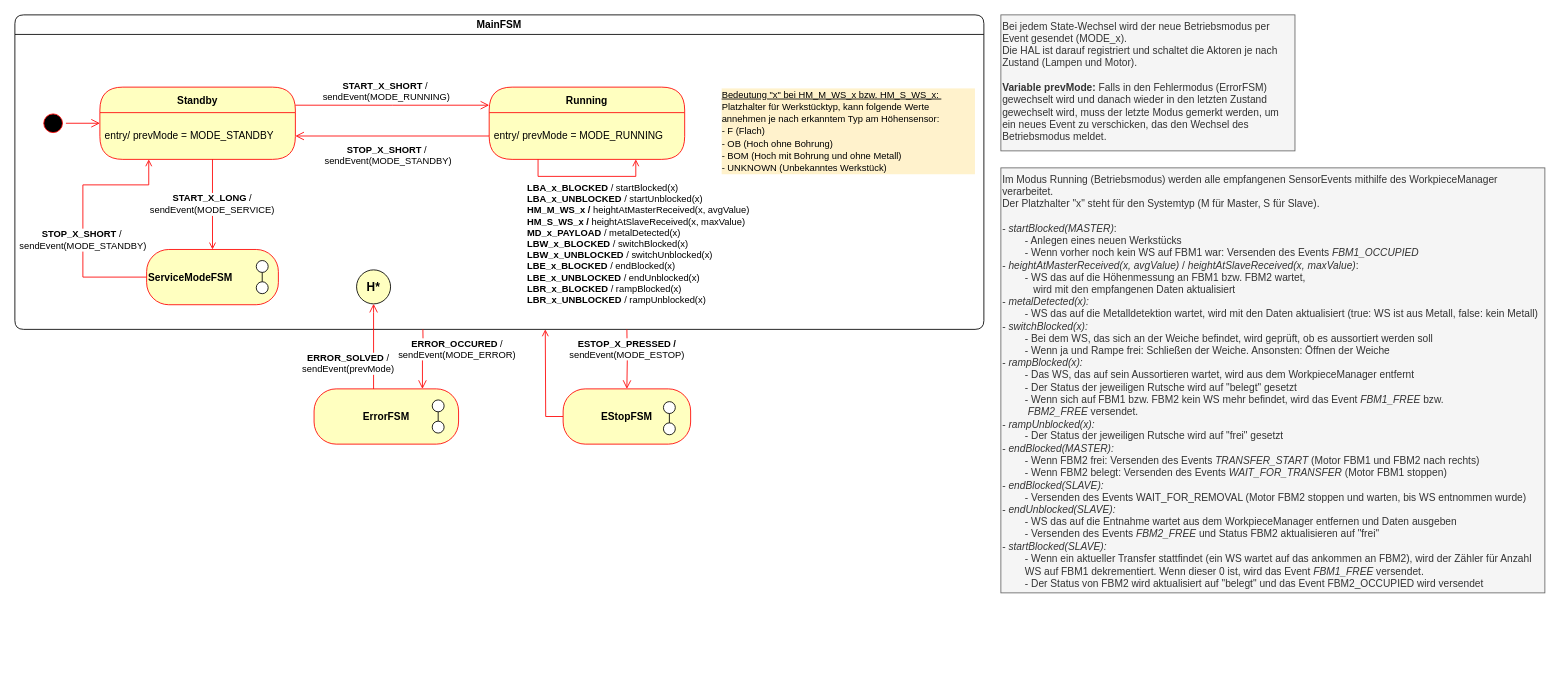
Above: page "main" (1 of 6) of docs/diagrams/fsm/state_machines.drawio in u2knwy/ESEP-2023SoSe-Team-2-1 (draw.io), before the change. Source tidied: cells renumbered, new cells numbered last; positions are measured from the earlier drawing's top-left corner, leaving out a move shared by most shapes. Both pictures are drawn from the tidied source at 85%, with x=0, y=0 at pixel (14, 14).
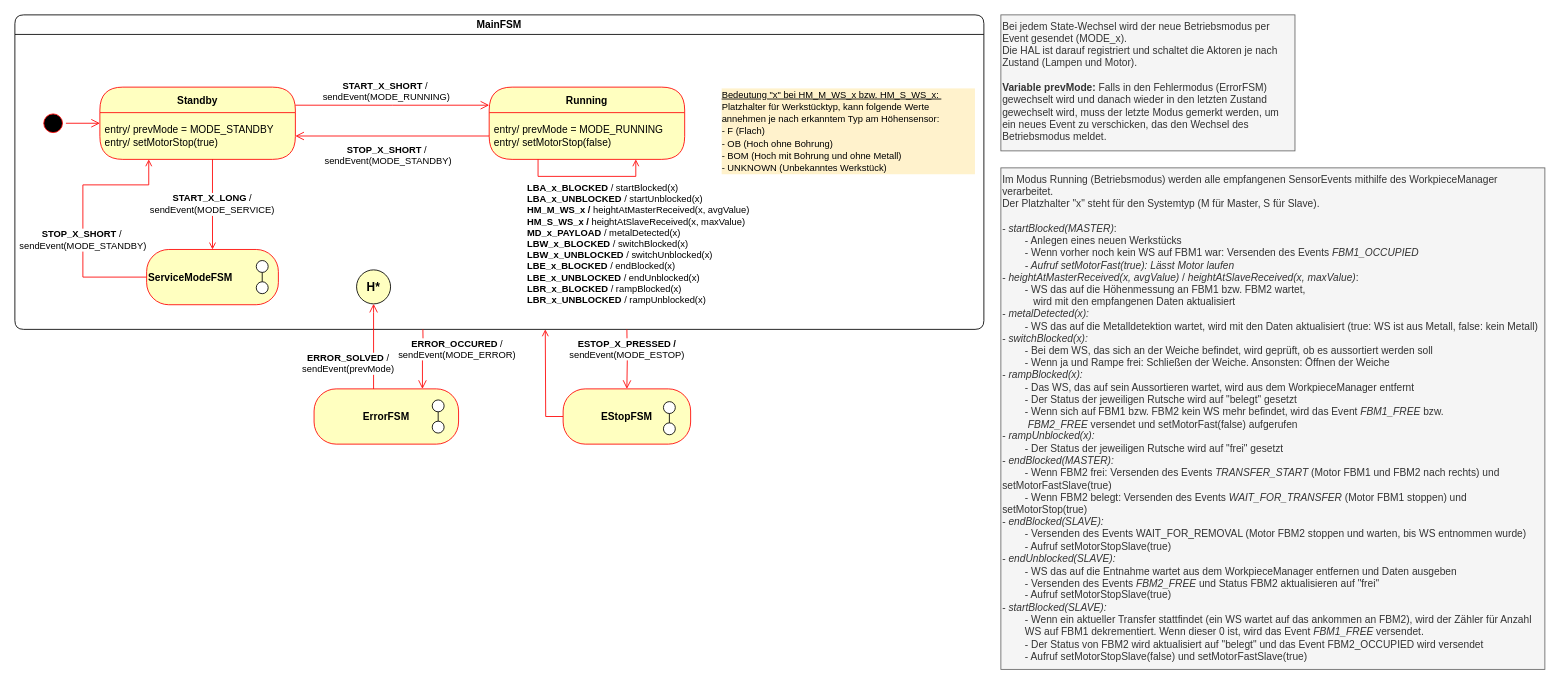
The same page after the edit.

Commit message (it also covers changes not shown here):
Update motor control logic

Unchanged cells that the change refers to:
```xml
<mxCell id="7" value="Running" style="swimlane;fontStyle=1;align=center;verticalAlign=middle;horizontal=1;startSize=30;fontColor=#000000;rounded=1;arcSize=30;strokeColor=#ff0000;fillColor=#ffffc0;swimlaneFillColor=#ffffc0;" parent="2" vertex="1">
  <mxGeometry x="558" y="85" width="230" height="85" as="geometry" />
</mxCell>
<mxCell id="10" value="Standby" style="swimlane;fontStyle=1;align=center;verticalAlign=middle;horizontal=1;startSize=30;fontColor=#000000;rounded=1;arcSize=30;strokeColor=#ff0000;fillColor=#ffffc0;swimlaneFillColor=#ffffc0;" parent="2" vertex="1">
  <mxGeometry x="100" y="85" width="230" height="85" as="geometry" />
</mxCell>
```

Diff of the diagram source:
```diff
@@
-    <mxCell id="8" value="entry/ prevMode = MODE_RUNNING" style="text;html=1;strokeColor=none;fillColor=none;align=left;verticalAlign=middle;spacingLeft=4;spacingRight=4;whiteSpace=wrap;overflow=hidden;fontColor=#000000;" parent="7" vertex="1">
+    <mxCell id="8" value="entry/ prevMode = MODE_RUNNING&lt;br&gt;entry/ setMotorStop(false)" style="text;html=1;strokeColor=none;fillColor=none;align=left;verticalAlign=middle;spacingLeft=4;spacingRight=4;whiteSpace=wrap;overflow=hidden;fontColor=#000000;" parent="7" vertex="1">
       <mxGeometry y="30" width="230" height="55" as="geometry" />
     </mxCell>
@@
-    <mxCell id="11" value="entry/ prevMode = MODE_STANDBY" style="text;html=1;strokeColor=none;fillColor=none;align=left;verticalAlign=middle;spacingLeft=4;spacingRight=4;whiteSpace=wrap;overflow=hidden;fontColor=#000000;" parent="10" vertex="1">
+    <mxCell id="11" value="entry/ prevMode = MODE_STANDBY&lt;br&gt;entry/ setMotorStop(true)" style="text;html=1;strokeColor=none;fillColor=none;align=left;verticalAlign=middle;spacingLeft=4;spacingRight=4;whiteSpace=wrap;overflow=hidden;fontColor=#000000;" parent="10" vertex="1">
       <mxGeometry y="30" width="230" height="55" as="geometry" />
     </mxCell>
@@
-    <mxCell id="37" value="Im Modus Running (Betriebsmodus) werden alle empfangenen SensorEvents mithilfe des WorkpieceManager verarbeitet.&lt;br&gt;Der Platzhalter &quot;x&quot; steht für den Systemtyp (M für Master, S für Slave).&lt;br&gt;&lt;br&gt;- &lt;i&gt;startBlocked(MASTER)&lt;/i&gt;: &lt;br&gt;&lt;span style=&quot;white-space: pre;&quot;&gt;&#9;&lt;/span&gt;- Anlegen eines neuen Werkstücks&lt;br&gt;&lt;span style=&quot;white-space: pre;&quot;&gt;&#9;&lt;/span&gt;- Wenn vorher noch kein WS auf FBM1 war: Versenden des Events &lt;i&gt;FBM1_OCCUPIED&lt;/i&gt;&lt;br&gt;- &lt;i&gt;heightAtMasterReceived(x, avgValue)&lt;/i&gt; / &lt;i&gt;heightAtSlaveReceived(x, maxValue)&lt;/i&gt;:&lt;br&gt;&lt;span style=&quot;white-space: pre;&quot;&gt;&#9;&lt;/span&gt;- WS das auf die Höhenmessung an FBM1 bzw. FBM2 wartet, &lt;br&gt;&lt;span style=&quot;white-space: pre;&quot;&gt;&#9;&lt;/span&gt;&amp;nbsp; &amp;nbsp;wird mit den empfangenen Daten aktualisiert&lt;br&gt;- &lt;i&gt;metalDetected(x):&lt;/i&gt;&lt;br&gt;&lt;span style=&quot;white-space: pre;&quot;&gt;&#9;&lt;/span&gt;- WS das auf die Metalldetektion wartet, wird mit den Daten aktualisiert (true: WS ist aus Metall, false: kein Metall)&lt;br&gt;- &lt;i&gt;switchBlocked(x):&lt;/i&gt;&lt;br&gt;&lt;span style=&quot;white-space: pre;&quot;&gt;&#9;&lt;/span&gt;- Bei dem WS, das sich an der Weiche befindet, wird geprüft, ob es aussortiert werden soll&lt;br&gt;&lt;span style=&quot;white-space: pre;&quot;&gt;&#9;&lt;/span&gt;- Wenn ja und Rampe frei: Schließen der Weiche. Ansonsten: Öffnen der Weiche&lt;br&gt;- &lt;i&gt;rampBlocked(x):&lt;/i&gt;&lt;br&gt;&lt;span style=&quot;white-space: pre;&quot;&gt;&#9;&lt;/span&gt;- Das WS, das auf sein Aussortieren wartet, wird aus dem WorkpieceManager entfernt&lt;br&gt;&lt;span style=&quot;white-space: pre;&quot;&gt;&#9;&lt;/span&gt;- Der Status der jeweiligen Rutsche wird auf &quot;belegt&quot; gesetzt&lt;br&gt;&lt;span style=&quot;white-space: pre;&quot;&gt;&#9;&lt;/span&gt;- Wenn sich auf FBM1 bzw. FBM2 kein WS mehr befindet, wird das Event &lt;i&gt;FBM1_FREE &lt;/i&gt;bzw. &lt;span style=&quot;white-space: pre;&quot;&gt;&#9;&lt;/span&gt;&amp;nbsp;&lt;i&gt;FBM2_FREE&amp;nbsp;&lt;/i&gt;versendet.&lt;br&gt;- &lt;i&gt;rampUnblocked(x):&lt;/i&gt;&lt;br&gt;&lt;span style=&quot;white-space: pre;&quot;&gt;&#9;&lt;/span&gt;- Der Status der jeweiligen Rutsche wird auf &quot;frei&quot; gesetzt&lt;br&gt;- &lt;i&gt;endBlocked(MASTER):&lt;/i&gt;&lt;br&gt;&lt;span style=&quot;white-space: pre;&quot;&gt;&#9;&lt;/span&gt;- Wenn FBM2 frei: Versenden des Events &lt;i&gt;TRANSFER_START &lt;/i&gt;(Motor FBM1 und FBM2 nach rechts)&lt;br&gt;&lt;span style=&quot;white-space: pre;&quot;&gt;&#9;&lt;/span&gt;- Wenn FBM2 belegt: Versenden des Events &lt;i&gt;WAIT_FOR_TRANSFER &lt;/i&gt;(Motor FBM1 stoppen)&lt;br&gt;- &lt;i&gt;endBlocked(SLAVE):&lt;/i&gt;&lt;br&gt;&lt;span style=&quot;white-space: pre;&quot;&gt;&#9;&lt;/span&gt;- Versenden des Events WAIT_FOR_REMOVAL (Motor FBM2 stoppen und warten, bis WS entnommen wurde)&lt;br&gt;- &lt;i&gt;endUnblocked(SLAVE):&lt;/i&gt;&lt;br&gt;&lt;span style=&quot;white-space: pre;&quot;&gt;&#9;&lt;/span&gt;- WS das auf die Entnahme wartet aus dem WorkpieceManager entfernen und Daten ausgeben&lt;br&gt;&lt;span style=&quot;white-space: pre;&quot;&gt;&#9;&lt;/span&gt;- Versenden des Events &lt;i&gt;FBM2_FREE&lt;/i&gt; und Status FBM2 aktualisieren auf &quot;frei&quot;&lt;br&gt;- &lt;i&gt;startBlocked(SLAVE):&lt;/i&gt;&lt;br&gt;&lt;span style=&quot;white-space: pre;&quot;&gt;&#9;&lt;/span&gt;- Wenn ein aktueller Transfer stattfindet (ein WS wartet auf das ankommen an FBM2), wird der Zähler für Anzahl &lt;span style=&quot;white-space: pre;&quot;&gt;&#9;&lt;/span&gt;WS auf FBM1 dekrementiert. Wenn dieser 0 ist, wird das Event &lt;i&gt;FBM1_FREE&lt;/i&gt; versendet.&lt;br&gt;&lt;span style=&quot;white-space: pre;&quot;&gt;&#9;&lt;/span&gt;- Der Status von FBM2 wird aktualisiert auf &quot;belegt&quot; und das Event FBM2_OCCUPIED wird versendet" style="text;html=1;strokeColor=#666666;fillColor=#f5f5f5;align=left;verticalAlign=top;whiteSpace=wrap;rounded=0;fontColor=#333333;" parent="1" vertex="1">
-      <mxGeometry x="1160" y="180" width="640" height="500" as="geometry" />
+    <mxCell id="37" value="Im Modus Running (Betriebsmodus) werden alle empfangenen SensorEvents mithilfe des WorkpieceManager verarbeitet.&lt;br&gt;Der Platzhalter &quot;x&quot; steht für den Systemtyp (M für Master, S für Slave).&lt;br&gt;&lt;br&gt;- &lt;i&gt;startBlocked(MASTER)&lt;/i&gt;: &lt;br&gt;&lt;span style=&quot;white-space: pre;&quot;&gt;&#9;&lt;/span&gt;- Anlegen eines neuen Werkstücks&lt;br&gt;&lt;span style=&quot;white-space: pre;&quot;&gt;&#9;&lt;/span&gt;- Wenn vorher noch kein WS auf FBM1 war: Versenden des Events &lt;i&gt;FBM1_OCCUPIED&lt;br&gt;&lt;span style=&quot;white-space: pre;&quot;&gt;&#9;&lt;/span&gt;- Aufruf setMotorFast(true): Lässt Motor laufen&lt;br&gt;&lt;/i&gt;- &lt;i&gt;heightAtMasterReceived(x, avgValue)&lt;/i&gt; / &lt;i&gt;heightAtSlaveReceived(x, maxValue)&lt;/i&gt;:&lt;br&gt;&lt;span style=&quot;white-space: pre;&quot;&gt;&#9;&lt;/span&gt;- WS das auf die Höhenmessung an FBM1 bzw. FBM2 wartet, &lt;br&gt;&lt;span style=&quot;white-space: pre;&quot;&gt;&#9;&lt;/span&gt;&amp;nbsp; &amp;nbsp;wird mit den empfangenen Daten aktualisiert&lt;br&gt;- &lt;i&gt;metalDetected(x):&lt;/i&gt;&lt;br&gt;&lt;span style=&quot;white-space: pre;&quot;&gt;&#9;&lt;/span&gt;- WS das auf die Metalldetektion wartet, wird mit den Daten aktualisiert (true: WS ist aus Metall, false: kein Metall)&lt;br&gt;- &lt;i&gt;switchBlocked(x):&lt;/i&gt;&lt;br&gt;&lt;span style=&quot;white-space: pre;&quot;&gt;&#9;&lt;/span&gt;- Bei dem WS, das sich an der Weiche befindet, wird geprüft, ob es aussortiert werden soll&lt;br&gt;&lt;span style=&quot;white-space: pre;&quot;&gt;&#9;&lt;/span&gt;- Wenn ja und Rampe frei: Schließen der Weiche. Ansonsten: Öffnen der Weiche&lt;br&gt;- &lt;i&gt;rampBlocked(x):&lt;/i&gt;&lt;br&gt;&lt;span style=&quot;white-space: pre;&quot;&gt;&#9;&lt;/span&gt;- Das WS, das auf sein Aussortieren wartet, wird aus dem WorkpieceManager entfernt&lt;br&gt;&lt;span style=&quot;white-space: pre;&quot;&gt;&#9;&lt;/span&gt;- Der Status der jeweiligen Rutsche wird auf &quot;belegt&quot; gesetzt&lt;br&gt;&lt;span style=&quot;white-space: pre;&quot;&gt;&#9;&lt;/span&gt;- Wenn sich auf FBM1 bzw. FBM2 kein WS mehr befindet, wird das Event &lt;i&gt;FBM1_FREE &lt;/i&gt;bzw. &lt;span style=&quot;white-space: pre;&quot;&gt;&#9;&lt;/span&gt;&amp;nbsp;&lt;i&gt;FBM2_FREE&amp;nbsp;&lt;/i&gt;versendet und setMotorFast(false) aufgerufen&lt;br&gt;- &lt;i&gt;rampUnblocked(x):&lt;/i&gt;&lt;br&gt;&lt;span style=&quot;white-space: pre;&quot;&gt;&#9;&lt;/span&gt;- Der Status der jeweiligen Rutsche wird auf &quot;frei&quot; gesetzt&lt;br&gt;- &lt;i&gt;endBlocked(MASTER):&lt;/i&gt;&lt;br&gt;&lt;span style=&quot;white-space: pre;&quot;&gt;&#9;&lt;/span&gt;- Wenn FBM2 frei: Versenden des Events &lt;i&gt;TRANSFER_START &lt;/i&gt;(Motor FBM1 und FBM2 nach rechts) und setMotorFastSlave(true)&lt;br&gt;&lt;span style=&quot;white-space: pre;&quot;&gt;&#9;&lt;/span&gt;- Wenn FBM2 belegt: Versenden des Events &lt;i&gt;WAIT_FOR_TRANSFER &lt;/i&gt;(Motor FBM1 stoppen) und setMotorStop(true)&lt;br&gt;- &lt;i&gt;endBlocked(SLAVE):&lt;/i&gt;&lt;br&gt;&lt;span style=&quot;white-space: pre;&quot;&gt;&#9;&lt;/span&gt;- Versenden des Events WAIT_FOR_REMOVAL (Motor FBM2 stoppen und warten, bis WS entnommen wurde)&lt;br&gt;&lt;span style=&quot;white-space: pre;&quot;&gt;&#9;&lt;/span&gt;- Aufruf setMotorStopSlave(true)&lt;br&gt;- &lt;i&gt;endUnblocked(SLAVE):&lt;/i&gt;&lt;br&gt;&lt;span style=&quot;white-space: pre;&quot;&gt;&#9;&lt;/span&gt;- WS das auf die Entnahme wartet aus dem WorkpieceManager entfernen und Daten ausgeben&lt;br&gt;&lt;span style=&quot;white-space: pre;&quot;&gt;&#9;&lt;/span&gt;- Versenden des Events &lt;i&gt;FBM2_FREE&lt;/i&gt; und Status FBM2 aktualisieren auf &quot;frei&quot;&lt;br&gt;&lt;span style=&quot;white-space: pre;&quot;&gt;&#9;&lt;/span&gt;- Aufruf setMotorStopSlave(true)&lt;br&gt;- &lt;i&gt;startBlocked(SLAVE):&lt;/i&gt;&lt;br&gt;&lt;span style=&quot;white-space: pre;&quot;&gt;&#9;&lt;/span&gt;- Wenn ein aktueller Transfer stattfindet (ein WS wartet auf das ankommen an FBM2), wird der Zähler für Anzahl &lt;span style=&quot;white-space: pre;&quot;&gt;&#9;&lt;/span&gt;WS auf FBM1 dekrementiert. Wenn dieser 0 ist, wird das Event &lt;i&gt;FBM1_FREE&lt;/i&gt; versendet.&lt;br&gt;&lt;span style=&quot;white-space: pre;&quot;&gt;&#9;&lt;/span&gt;- Der Status von FBM2 wird aktualisiert auf &quot;belegt&quot; und das Event FBM2_OCCUPIED wird versendet&lt;br&gt;&lt;span style=&quot;white-space: pre;&quot;&gt;&#9;&lt;/span&gt;- Aufruf setMotorStopSlave(false) und setMotorFastSlave(true)" style="text;html=1;strokeColor=#666666;fillColor=#f5f5f5;align=left;verticalAlign=top;whiteSpace=wrap;rounded=0;fontColor=#333333;" parent="1" vertex="1">
+      <mxGeometry x="1160" y="180" width="640" height="590" as="geometry" />
     </mxCell>
```
